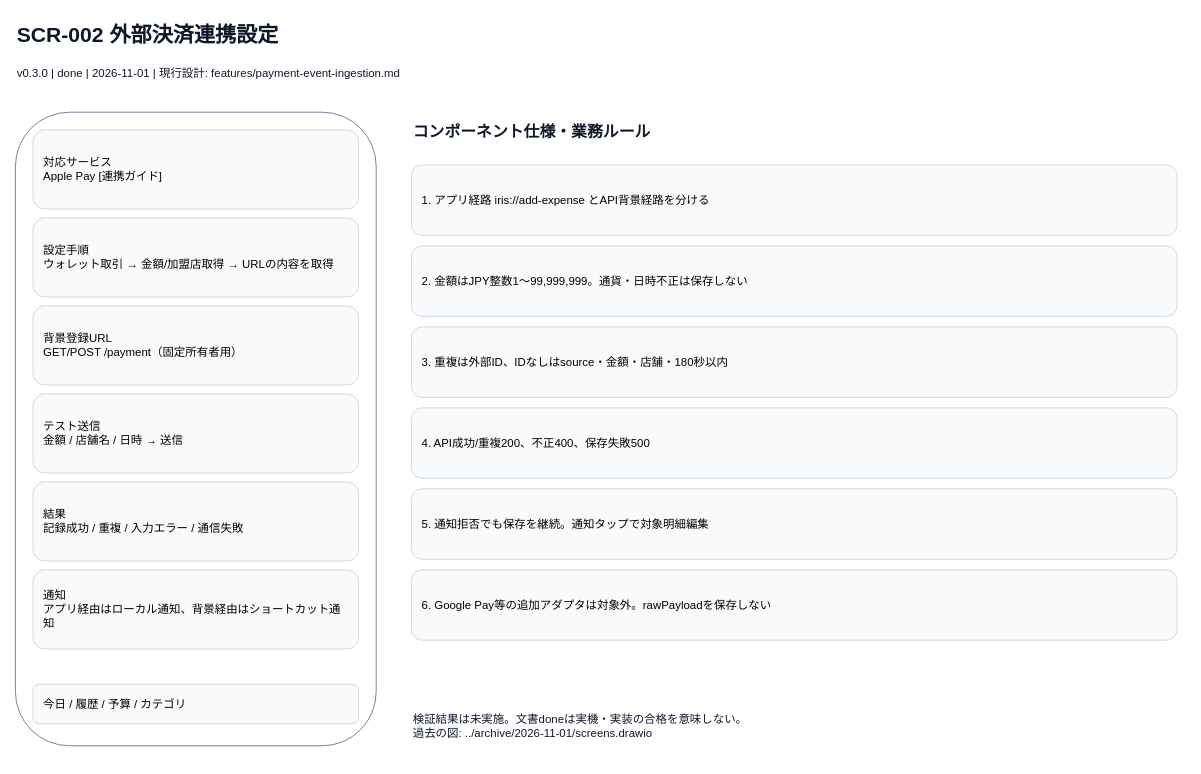
Before: page "外部決済連携設定" (2 of 8) of docs/spec/screens.drawio in tombee-studio/self-management-app, a draw.io diagram. Source tidied: cells renumbered, new cells numbered last; positions are measured from the earlier drawing's top-left corner, leaving out a move shared by most shapes. Both pictures are drawn from the tidied source at 88%, with x=0, y=0 at pixel (15, 15).
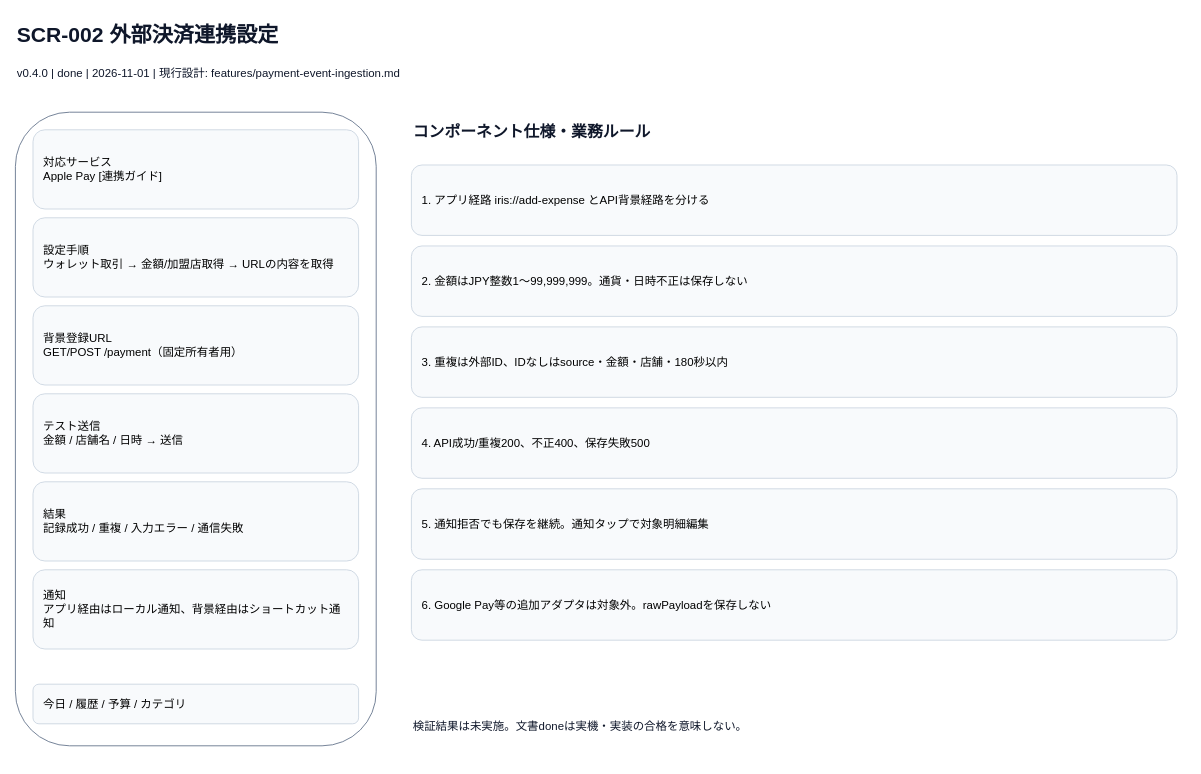
After the change.

The edit, as a diff of the source:
```diff
@@
 <mxGraphModel>
   <root>
     <mxCell id="0" />
     <mxCell id="1" parent="0" />
     <mxCell id="2" value="SCR-002  外部決済連携設定" style="text;html=0;align=left;verticalAlign=middle;whiteSpace=wrap;overflow=hidden;fontSize=13;fontColor=#0F172A;fontSize=24;fontStyle=1;" parent="1" vertex="1">
       <mxGeometry width="1300" height="45" as="geometry" />
     </mxCell>
-    <mxCell id="3" value="v0.3.0 | done | 2026-11-01 | 現行設計: features/payment-event-ingestion.md" style="text;html=0;align=left;verticalAlign=middle;whiteSpace=wrap;overflow=hidden;fontSize=13;fontColor=#0F172A;" parent="1" vertex="1">
+    <mxCell id="3" value="v0.4.0 | done | 2026-11-01 | 現行設計: features/payment-event-ingestion.md" style="text;html=0;align=left;verticalAlign=middle;whiteSpace=wrap;overflow=hidden;fontSize=13;fontColor=#0F172A;" parent="1" vertex="1">
       <mxGeometry y="50" width="1300" height="30" as="geometry" />
     </mxCell>
     <mxCell id="4" style="rounded=1;fillColor=#FFFFFF;strokeColor=#64748B;" parent="1" vertex="1">
       <mxGeometry y="110" width="410" height="720" as="geometry" />
     </mxCell>
     <mxCell id="5" value="対応サービス&#10;Apple Pay [連携ガイド]" style="rounded=1;whiteSpace=wrap;html=0;fillColor=#F8FAFC;strokeColor=#CBD5E1;align=left;spacing=12;fontSize=13;" parent="1" vertex="1">
       <mxGeometry x="20" y="130" width="370" height="90" as="geometry" />
     </mxCell>
     <mxCell id="6" value="設定手順&#10;ウォレット取引 → 金額/加盟店取得 → URLの内容を取得" style="rounded=1;whiteSpace=wrap;html=0;fillColor=#F8FAFC;strokeColor=#CBD5E1;align=left;spacing=12;fontSize=13;" parent="1" vertex="1">
       <mxGeometry x="20" y="230" width="370" height="90" as="geometry" />
     </mxCell>
     <mxCell id="7" value="背景登録URL&#10;GET/POST /payment（固定所有者用）" style="rounded=1;whiteSpace=wrap;html=0;fillColor=#F8FAFC;strokeColor=#CBD5E1;align=left;spacing=12;fontSize=13;" parent="1" vertex="1">
       <mxGeometry x="20" y="330" width="370" height="90" as="geometry" />
     </mxCell>
     <mxCell id="8" value="テスト送信&#10;金額 / 店舗名 / 日時 → 送信" style="rounded=1;whiteSpace=wrap;html=0;fillColor=#F8FAFC;strokeColor=#CBD5E1;align=left;spacing=12;fontSize=13;" parent="1" vertex="1">
       <mxGeometry x="20" y="430" width="370" height="90" as="geometry" />
     </mxCell>
     <mxCell id="9" value="結果&#10;記録成功 / 重複 / 入力エラー / 通信失敗" style="rounded=1;whiteSpace=wrap;html=0;fillColor=#F8FAFC;strokeColor=#CBD5E1;align=left;spacing=12;fontSize=13;" parent="1" vertex="1">
       <mxGeometry x="20" y="530" width="370" height="90" as="geometry" />
     </mxCell>
     <mxCell id="10" value="通知&#10;アプリ経由はローカル通知、背景経由はショートカット通知" style="rounded=1;whiteSpace=wrap;html=0;fillColor=#F8FAFC;strokeColor=#CBD5E1;align=left;spacing=12;fontSize=13;" parent="1" vertex="1">
       <mxGeometry x="20" y="630" width="370" height="90" as="geometry" />
     </mxCell>
     <mxCell id="11" value="今日  /  履歴  /  予算  /  カテゴリ" style="rounded=1;whiteSpace=wrap;html=0;fillColor=#F8FAFC;strokeColor=#CBD5E1;align=left;spacing=12;fontSize=13;" parent="1" vertex="1">
       <mxGeometry x="20" y="760" width="370" height="45" as="geometry" />
     </mxCell>
     <mxCell id="12" value="コンポーネント仕様・業務ルール" style="text;html=0;align=left;verticalAlign=middle;whiteSpace=wrap;overflow=hidden;fontSize=13;fontColor=#0F172A;fontSize=18;fontStyle=1;" parent="1" vertex="1">
       <mxGeometry x="450" y="110" width="880" height="45" as="geometry" />
     </mxCell>
     <mxCell id="13" value="1. アプリ経路 iris://add-expense とAPI背景経路を分ける" style="rounded=1;whiteSpace=wrap;html=0;fillColor=#F8FAFC;strokeColor=#CBD5E1;align=left;spacing=12;fontSize=13;" parent="1" vertex="1">
       <mxGeometry x="450" y="170" width="870" height="80" as="geometry" />
     </mxCell>
     <mxCell id="14" value="2. 金額はJPY整数1〜99,999,999。通貨・日時不正は保存しない" style="rounded=1;whiteSpace=wrap;html=0;fillColor=#F8FAFC;strokeColor=#CBD5E1;align=left;spacing=12;fontSize=13;" parent="1" vertex="1">
       <mxGeometry x="450" y="262" width="870" height="80" as="geometry" />
     </mxCell>
     <mxCell id="15" value="3. 重複は外部ID、IDなしはsource・金額・店舗・180秒以内" style="rounded=1;whiteSpace=wrap;html=0;fillColor=#F8FAFC;strokeColor=#CBD5E1;align=left;spacing=12;fontSize=13;" parent="1" vertex="1">
       <mxGeometry x="450" y="354" width="870" height="80" as="geometry" />
     </mxCell>
     <mxCell id="16" value="4. API成功/重複200、不正400、保存失敗500" style="rounded=1;whiteSpace=wrap;html=0;fillColor=#F8FAFC;strokeColor=#CBD5E1;align=left;spacing=12;fontSize=13;" parent="1" vertex="1">
       <mxGeometry x="450" y="446" width="870" height="80" as="geometry" />
     </mxCell>
     <mxCell id="17" value="5. 通知拒否でも保存を継続。通知タップで対象明細編集" style="rounded=1;whiteSpace=wrap;html=0;fillColor=#F8FAFC;strokeColor=#CBD5E1;align=left;spacing=12;fontSize=13;" parent="1" vertex="1">
       <mxGeometry x="450" y="538" width="870" height="80" as="geometry" />
     </mxCell>
     <mxCell id="18" value="6. Google Pay等の追加アダプタは対象外。rawPayloadを保存しない" style="rounded=1;whiteSpace=wrap;html=0;fillColor=#F8FAFC;strokeColor=#CBD5E1;align=left;spacing=12;fontSize=13;" parent="1" vertex="1">
       <mxGeometry x="450" y="630" width="870" height="80" as="geometry" />
     </mxCell>
-    <mxCell id="19" value="検証結果は未実施。文書doneは実機・実装の合格を意味しない。&#10;過去の図: ../archive/2026-11-01/screens.drawio" style="text;html=0;align=left;verticalAlign=middle;whiteSpace=wrap;overflow=hidden;fontSize=13;fontColor=#0F172A;" parent="1" vertex="1">
+    <mxCell id="19" value="検証結果は未実施。文書doneは実機・実装の合格を意味しない。" style="text;html=0;align=left;verticalAlign=middle;whiteSpace=wrap;overflow=hidden;fontSize=13;fontColor=#0F172A;" parent="1" vertex="1">
       <mxGeometry x="450" y="770" width="870" height="75" as="geometry" />
     </mxCell>
   </root>
 </mxGraphModel>
```
